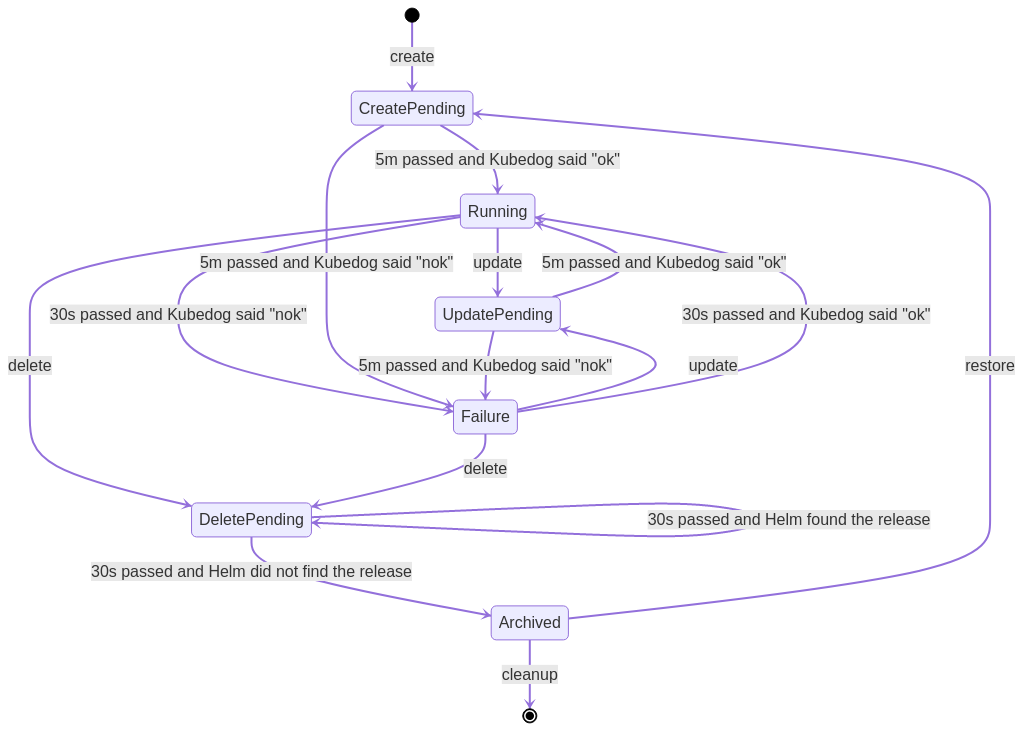
Above: docs/diagrams/images/technical-architecture-staging-statuses-fsm.png in typeable/octopod (Mermaid), before the change. Its source is kept beside it as docs/diagrams/src/technical-architecture-staging-statuses-fsm.mmd. Source of this version:
```mermaid
stateDiagram-v2
    [*] --> CreatePending: create
    Running --> UpdatePending: update
    Failure --> UpdatePending: update
    Running --> DeletePending: delete
    Failure --> DeletePending: delete
    Archived --> CreatePending: restore
    Archived --> [*]: cleanup
    Running --> Failure: 30s passed and Kubedog said "nok"
    Failure --> Running: 30s passed and Kubedog said "ok"
    CreatePending --> Running: 5m passed and Kubedog said "ok"
    CreatePending --> Failure: 5m passed and Kubedog said "nok"
    UpdatePending --> Running: 5m passed and Kubedog said "ok"
    UpdatePending --> Failure: 5m passed and Kubedog said "nok"
    DeletePending --> Archived: 30s passed and Helm did not find the release
    DeletePending --> DeletePending: 30s passed and Helm found the release
```
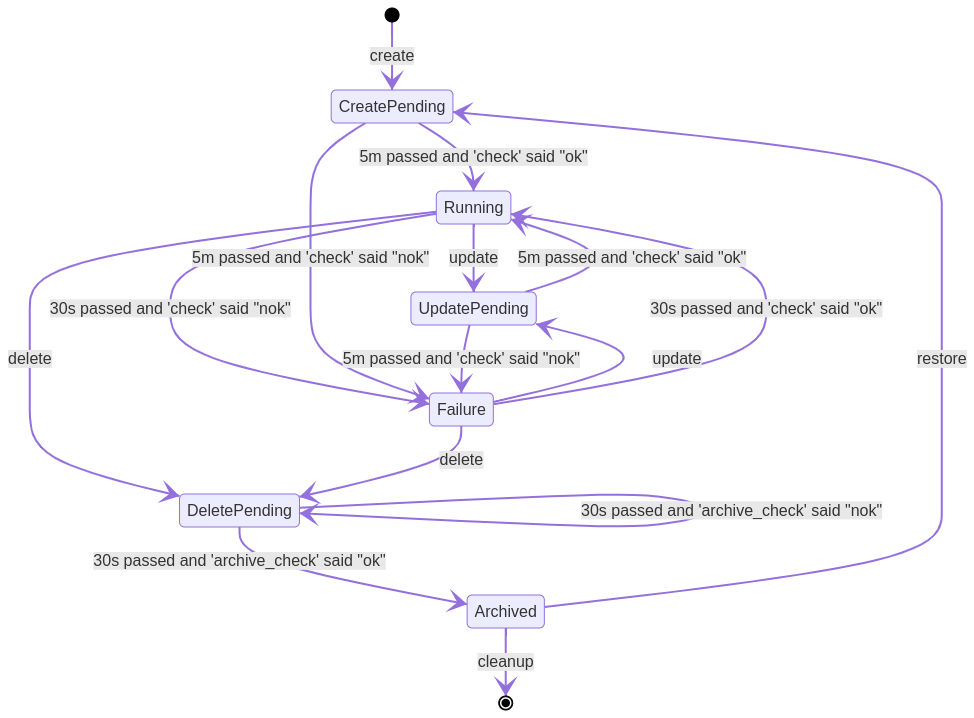
The same file after the commit.

What changed in the source:
```diff
@@ -6,11 +6,11 @@
     Failure --> DeletePending: delete
     Archived --> CreatePending: restore
     Archived --> [*]: cleanup
-    Running --> Failure: 30s passed and Kubedog said "nok"
-    Failure --> Running: 30s passed and Kubedog said "ok"
-    CreatePending --> Running: 5m passed and Kubedog said "ok"
-    CreatePending --> Failure: 5m passed and Kubedog said "nok"
-    UpdatePending --> Running: 5m passed and Kubedog said "ok"
-    UpdatePending --> Failure: 5m passed and Kubedog said "nok"
-    DeletePending --> Archived: 30s passed and Helm did not find the release
-    DeletePending --> DeletePending: 30s passed and Helm found the release
+    Running --> Failure: 30s passed and 'check' said "nok"
+    Failure --> Running: 30s passed and 'check' said "ok"
+    CreatePending --> Running: 5m passed and 'check' said "ok"
+    CreatePending --> Failure: 5m passed and 'check' said "nok"
+    UpdatePending --> Running: 5m passed and 'check' said "ok"
+    UpdatePending --> Failure: 5m passed and 'check' said "nok"
+    DeletePending --> Archived: 30s passed and 'archive_check' said "ok"
+    DeletePending --> DeletePending: 30s passed and 'archive_check' said "nok"
```
